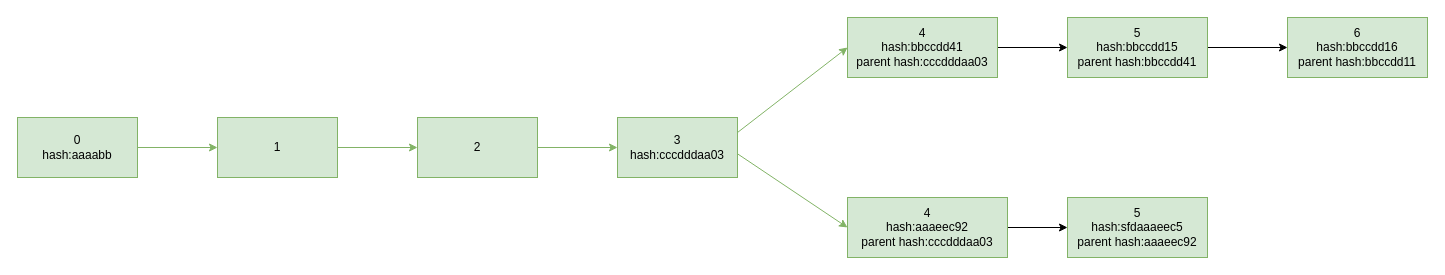
This is drawio/SwitchFork分析.drawio from forfreeday/design, a draw.io file, before an edit. Source tidied: cells renumbered, new cells numbered last; positions are measured from the earlier drawing's top-left corner, leaving out a move shared by most shapes. Both pictures are drawn from the tidied source at 100%, with x=0, y=0 at pixel (17, 17).
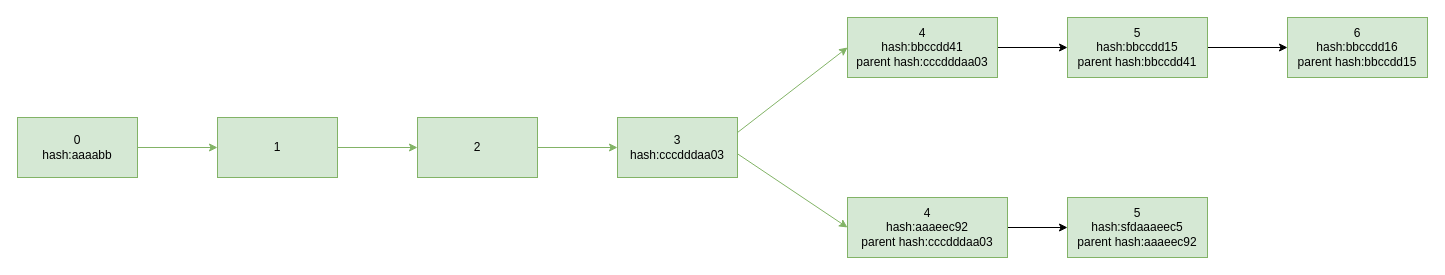
After the change.

Change to the diagram source:
```diff
@@
 <mxGraphModel>
   <root>
     <mxCell id="0" />
     <mxCell id="1" parent="0" />
     <mxCell id="2" style="edgeStyle=orthogonalEdgeStyle;rounded=0;jettySize=auto;html=1;fillColor=#d5e8d4;strokeColor=#82b366;" parent="1" edge="1" source="3" target="5">
       <mxGeometry relative="1" as="geometry" />
     </mxCell>
     <mxCell id="3" value="0&lt;br&gt;hash:aaaabb" style="rounded=0;whiteSpace=wrap;html=1;fillColor=#d5e8d4;strokeColor=#82b366;" parent="1" vertex="1">
       <mxGeometry y="100" width="120" height="60" as="geometry" />
     </mxCell>
     <mxCell id="4" style="edgeStyle=orthogonalEdgeStyle;rounded=0;jettySize=auto;html=1;fillColor=#d5e8d4;strokeColor=#82b366;" parent="1" edge="1" source="5" target="7">
       <mxGeometry relative="1" as="geometry" />
     </mxCell>
     <mxCell id="5" value="1" style="rounded=0;whiteSpace=wrap;html=1;fillColor=#d5e8d4;strokeColor=#82b366;" parent="1" vertex="1">
       <mxGeometry x="200" y="100" width="120" height="60" as="geometry" />
     </mxCell>
     <mxCell id="6" style="edgeStyle=orthogonalEdgeStyle;rounded=0;jettySize=auto;html=1;fillColor=#d5e8d4;strokeColor=#82b366;" parent="1" edge="1" source="7" target="8">
       <mxGeometry relative="1" as="geometry" />
     </mxCell>
     <mxCell id="7" value="2" style="rounded=0;whiteSpace=wrap;html=1;fillColor=#d5e8d4;strokeColor=#82b366;" parent="1" vertex="1">
       <mxGeometry x="400" y="100" width="120" height="60" as="geometry" />
     </mxCell>
     <mxCell id="8" value="3&lt;br&gt;hash:cccdddaa03" style="rounded=0;whiteSpace=wrap;html=1;fillColor=#d5e8d4;strokeColor=#82b366;" parent="1" vertex="1">
       <mxGeometry x="600" y="100" width="120" height="60" as="geometry" />
     </mxCell>
     <mxCell id="9" style="edgeStyle=orthogonalEdgeStyle;rounded=0;jettySize=auto;html=1;" parent="1" edge="1" source="10" target="16">
       <mxGeometry relative="1" as="geometry" />
     </mxCell>
     <mxCell id="10" value="4&lt;br&gt;hash:bbccdd41&lt;br&gt;parent hash:cccdddaa03" style="rounded=0;whiteSpace=wrap;html=1;fillColor=#d5e8d4;strokeColor=#82b366;" parent="1" vertex="1">
       <mxGeometry x="830" width="150" height="60" as="geometry" />
     </mxCell>
     <mxCell id="11" style="endArrow=classic;html=1;rounded=0;exitX=1;exitY=0.25;exitDx=0;exitDy=0;entryX=0;entryY=0.5;entryDx=0;entryDy=0;fillColor=#d5e8d4;strokeColor=#82b366;" parent="1" edge="1" source="8" target="10">
       <mxGeometry relative="1" as="geometry" />
     </mxCell>
     <mxCell id="12" style="edgeStyle=orthogonalEdgeStyle;rounded=0;jettySize=auto;html=1;" parent="1" edge="1" source="13" target="17">
       <mxGeometry relative="1" as="geometry" />
     </mxCell>
     <mxCell id="13" value="4&lt;br&gt;hash:aaaeec92&lt;br&gt;parent hash:cccdddaa03" style="rounded=0;whiteSpace=wrap;html=1;fillColor=#d5e8d4;strokeColor=#82b366;" parent="1" vertex="1">
       <mxGeometry x="830" y="180" width="160" height="60" as="geometry" />
     </mxCell>
     <mxCell id="14" style="endArrow=classic;html=1;rounded=0;exitX=0.997;exitY=0.601;exitDx=0;exitDy=0;entryX=0;entryY=0.5;entryDx=0;entryDy=0;exitPerimeter=0;fillColor=#d5e8d4;strokeColor=#82b366;" parent="1" edge="1" source="8" target="13">
       <mxGeometry relative="1" as="geometry" />
     </mxCell>
     <mxCell id="15" style="edgeStyle=orthogonalEdgeStyle;rounded=0;jettySize=auto;html=1;" parent="1" edge="1" source="16" target="18">
       <mxGeometry relative="1" as="geometry" />
     </mxCell>
     <mxCell id="16" value="5&lt;br&gt;hash:bbccdd15&lt;br&gt;parent hash:bbccdd41" style="rounded=0;whiteSpace=wrap;html=1;fillColor=#d5e8d4;strokeColor=#82b366;" parent="1" vertex="1">
       <mxGeometry x="1050" width="140" height="60" as="geometry" />
     </mxCell>
     <mxCell id="17" value="5&lt;br&gt;hash:sfdaaaeec5&lt;br&gt;parent hash:aaaeec92" style="rounded=0;whiteSpace=wrap;html=1;fillColor=#d5e8d4;strokeColor=#82b366;" parent="1" vertex="1">
       <mxGeometry x="1050" y="180" width="140" height="60" as="geometry" />
     </mxCell>
-    <mxCell id="18" value="6&lt;br&gt;hash:bbccdd16&lt;br&gt;parent hash:bbccdd11" style="rounded=0;whiteSpace=wrap;html=1;fillColor=#d5e8d4;strokeColor=#82b366;" parent="1" vertex="1">
+    <mxCell id="18" value="6&lt;br&gt;hash:bbccdd16&lt;br&gt;parent hash:bbccdd15" style="rounded=0;whiteSpace=wrap;html=1;fillColor=#d5e8d4;strokeColor=#82b366;" parent="1" vertex="1">
       <mxGeometry x="1270" width="140" height="60" as="geometry" />
     </mxCell>
   </root>
 </mxGraphModel>
```
